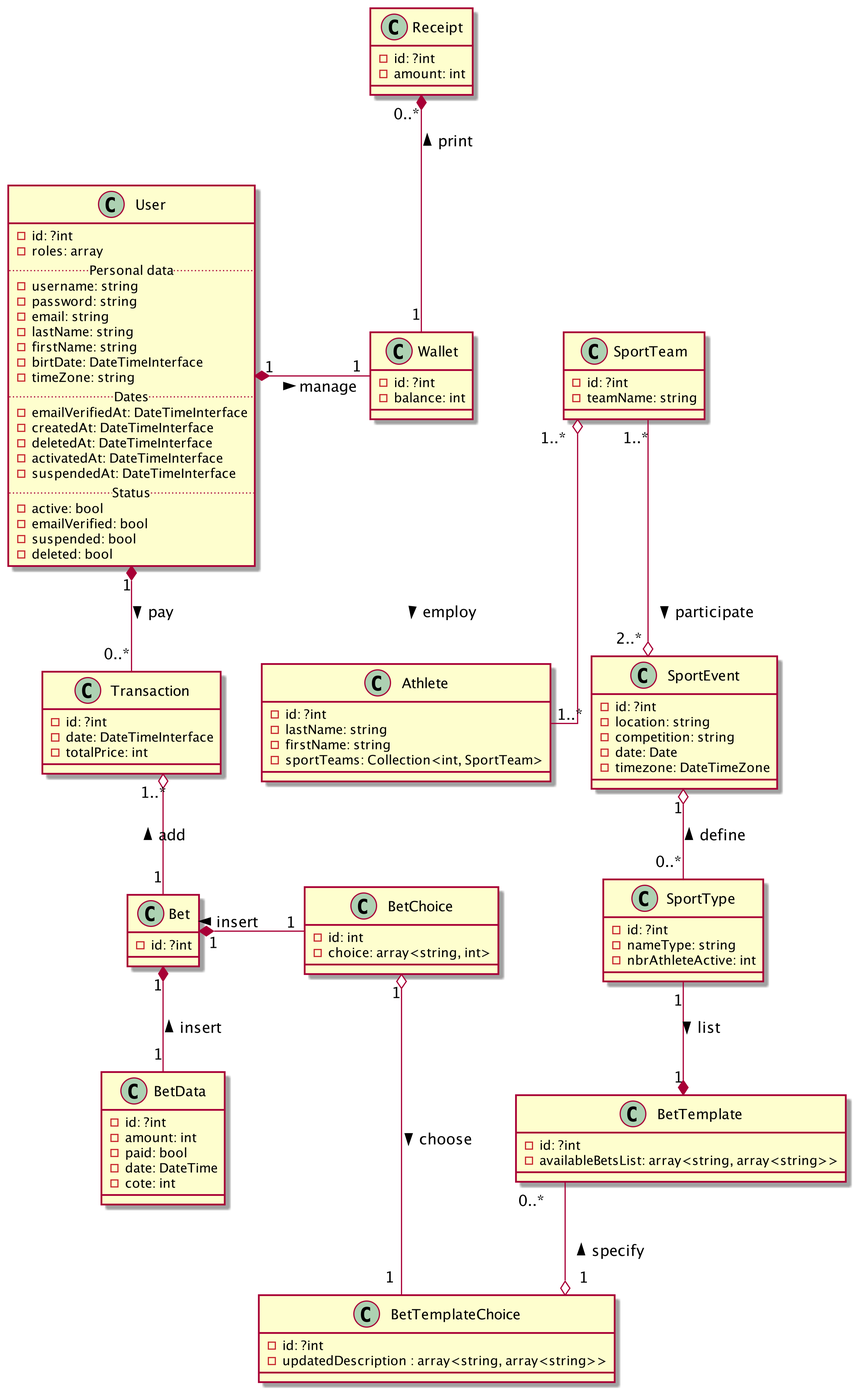
This is UML/PariSportifUML.png from OFP-CDA-Mulhouse-2020/parisportif3, a PlantUML export, as it was before one commit.
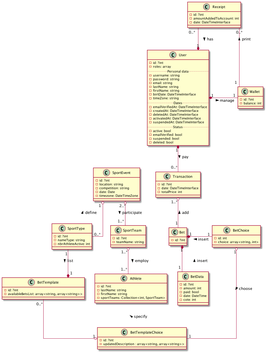
After the commit.

Commit message:
UML Changement relation entre Wallet et receipt ainsi que relation entre Receipt et User

The edit, as a diff of the source:
```diff
@@ -35,7 +35,8 @@
 
 class Receipt{
     -id: ?int
-    -amount: int
+    -amountAddedToAccount: int
+    -date: DateTimeInterface
 }
 
 class Wallet {
@@ -98,17 +99,18 @@
 
 User "1" *- "1" Wallet : manage >
 User "1" *-- "0..*" Transaction : pay >
-Receipt "0..*" *-- "1" Wallet : print <
 Bet "1" *- "1" BetChoice : insert <
 Bet "1" *-- "1" BetData : insert <
 SportType "1" --* "1" BetTemplate : list >
-
+Receipt "0..*" --* "1" User : has >
 
 SportTeam "1..*" o-- "1..*" Athlete : employ >
 Transaction "1..*" o-- "1" Bet : add <
-SportTeam "1..*" --o "2..*" SportEvent : participate >
 SportEvent "1" o-- "0..*" SportType : define <
 BetChoice "1" o--- "1" BetTemplateChoice: choose >
 BetTemplate "0..*" --o "1" BetTemplateChoice : specify <
+SportEvent "2..*" o-- "1..*" SportTeam : participate >
+
+Receipt "0..*" -- "1" Wallet : print <
 
 @enduml
```
